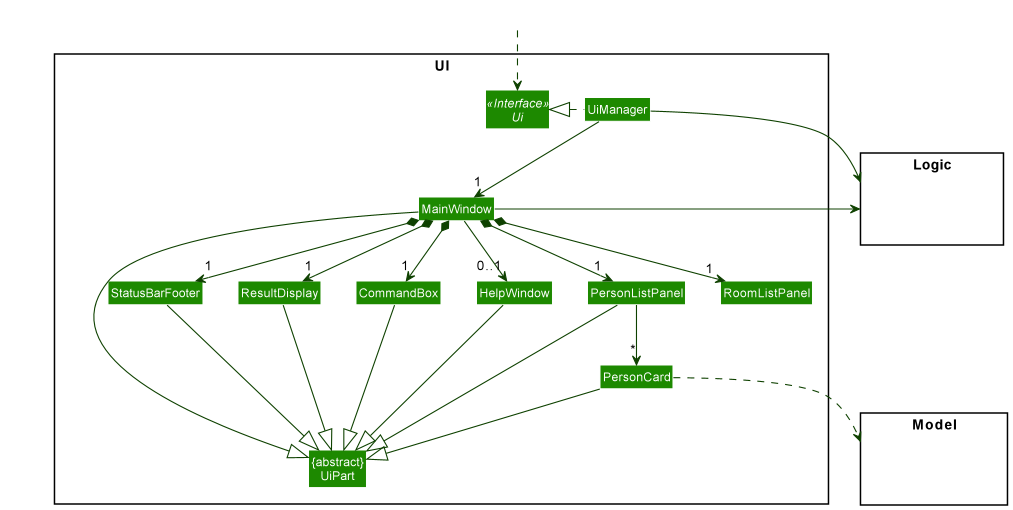
Above: docs/images/UiClassDiagram.png in peilinye/tp (PlantUML), before the change. Its source is kept beside it as docs/diagrams/UiClassDiagram.puml. Its diagram source:
```plantuml
@startuml
!include style.puml
skinparam arrowThickness 1.1
skinparam arrowColor UI_COLOR_T4
skinparam classBackgroundColor UI_COLOR

package UI <<Rectangle>>{
Interface Ui <<Interface>>
Class "{abstract}\nUiPart" as UiPart
Class UiManager
Class MainWindow
Class HelpWindow
Class ResultDisplay
Class PersonListPanel
Class PersonCard
Class RoomListPanel
Class StatusBarFooter
Class CommandBox
}

package Model <<Rectangle>> {
Class HiddenModel #FFFFFF
}

package Logic <<Rectangle>> {
Class HiddenLogic #FFFFFF
}

Class HiddenOutside #FFFFFF
HiddenOutside ..> Ui

UiManager .left.|> Ui
UiManager -down-> "1" MainWindow
MainWindow *-down->  "1" CommandBox
MainWindow *-down-> "1" ResultDisplay
MainWindow *-down-> "1" RoomListPanel
MainWindow *-down-> "1" PersonListPanel
MainWindow *-down-> "1" StatusBarFooter
MainWindow --> "0..1" HelpWindow

PersonListPanel -down-> "*" PersonCard

MainWindow -left-|> UiPart

ResultDisplay --|> UiPart
CommandBox --|> UiPart
PersonListPanel --|> UiPart
PersonCard --|> UiPart
StatusBarFooter --|> UiPart
HelpWindow --|> UiPart

PersonCard ..> Model
UiManager -right-> Logic
MainWindow -left-> Logic

PersonListPanel -[hidden]left- HelpWindow
HelpWindow -[hidden]left- CommandBox
CommandBox -[hidden]left- ResultDisplay
ResultDisplay -[hidden]left- StatusBarFooter

MainWindow -[hidden]-|> UiPart
@enduml
```
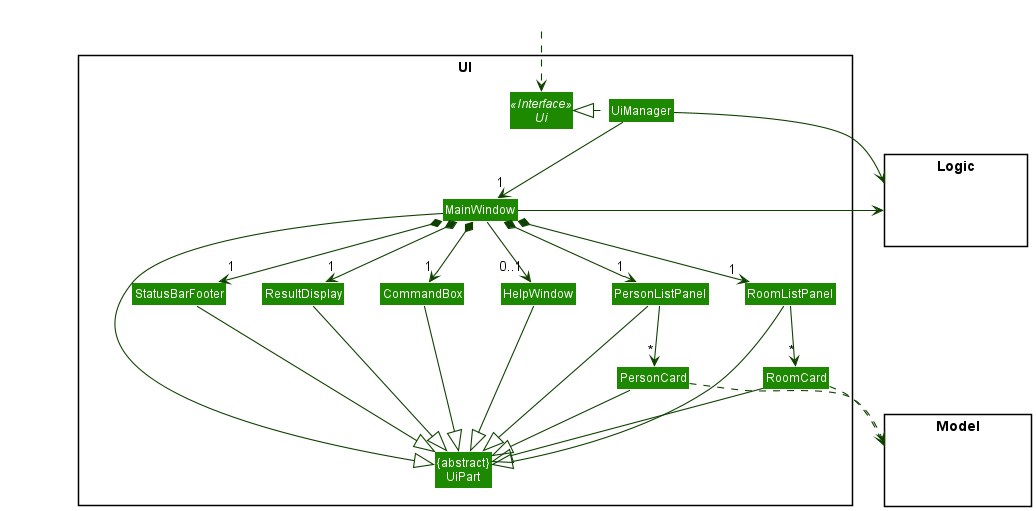
After the commit.

Commit message:
Update diagrams and guides

Change to the diagram source:
```diff
@@ -14,6 +14,7 @@
 Class PersonListPanel
 Class PersonCard
 Class RoomListPanel
+Class RoomCard
 Class StatusBarFooter
 Class CommandBox
 }
@@ -39,6 +40,7 @@
 MainWindow --> "0..1" HelpWindow
 
 PersonListPanel -down-> "*" PersonCard
+RoomListPanel -down-> "*" RoomCard
 
 MainWindow -left-|> UiPart
 
@@ -46,10 +48,13 @@
 CommandBox --|> UiPart
 PersonListPanel --|> UiPart
 PersonCard --|> UiPart
+RoomListPanel --|> UiPart
+RoomCard --|> UiPart
 StatusBarFooter --|> UiPart
 HelpWindow --|> UiPart
 
 PersonCard ..> Model
+RoomCard ..> Model
 UiManager -right-> Logic
 MainWindow -left-> Logic
 
```
